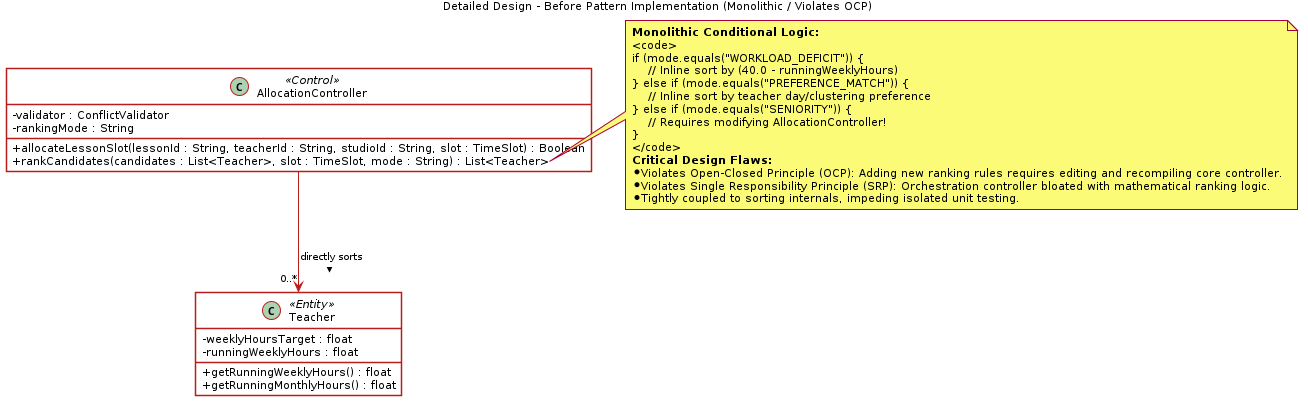
Before: report/assets/m2/pattern_before_excerpt.png, a diagram exported from PlantUML (adoreblvnk/2001temp). Its source is kept beside it as report/assets/m2/pattern_before_excerpt.puml.
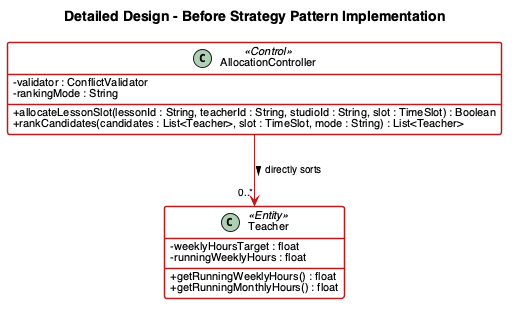
The same diagram one commit later.

Change to the diagram source:
```diff
@@ -13,7 +13,7 @@
     FontSize 10
 }
 
-title Detailed Design - Before Pattern Implementation (Monolithic / Violates OCP)
+title Detailed Design - Before Strategy Pattern Implementation
 
 class AllocationController <<Control>> {
     - validator : ConflictValidator
@@ -31,21 +31,4 @@
 
 AllocationController --> "0..*" Teacher : directly sorts >
 
-note right of AllocationController::rankCandidates
-  <b>Monolithic Conditional Logic:</b>
-  <code>
-  if (mode.equals("WORKLOAD_DEFICIT")) {
-      // Inline sort by (40.0 - runningWeeklyHours)
-  } else if (mode.equals("PREFERENCE_MATCH")) {
-      // Inline sort by teacher day/clustering preference
-  } else if (mode.equals("SENIORITY")) {
-      // Requires modifying AllocationController!
-  }
-  </code>
-  <b>Critical Design Flaws:</b>
-  * Violates Open-Closed Principle (OCP): Adding new ranking rules requires editing and recompiling core controller.
-  * Violates Single Responsibility Principle (SRP): Orchestration controller bloated with mathematical ranking logic.
-  * Tightly coupled to sorting internals, impeding isolated unit testing.
-end note
-
 @enduml
```
